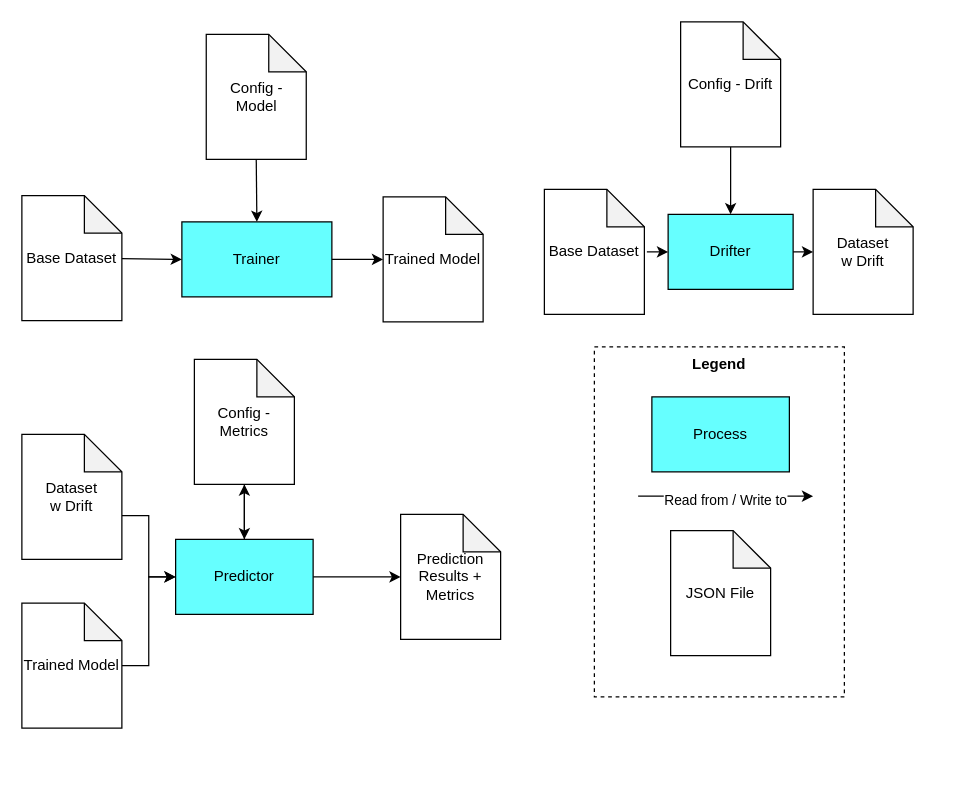
This is page "Dynamic" (1 of 2) of diagrams/Augur Test Harness.drawio from cmu-sei/augur-code, a draw.io file, before an edit. Source tidied: cells renumbered, new cells numbered last; positions are measured from the earlier drawing's top-left corner, leaving out a move shared by most shapes. Both pictures are drawn from the tidied source at 125%, with x=0, y=0 at pixel (21, 21).
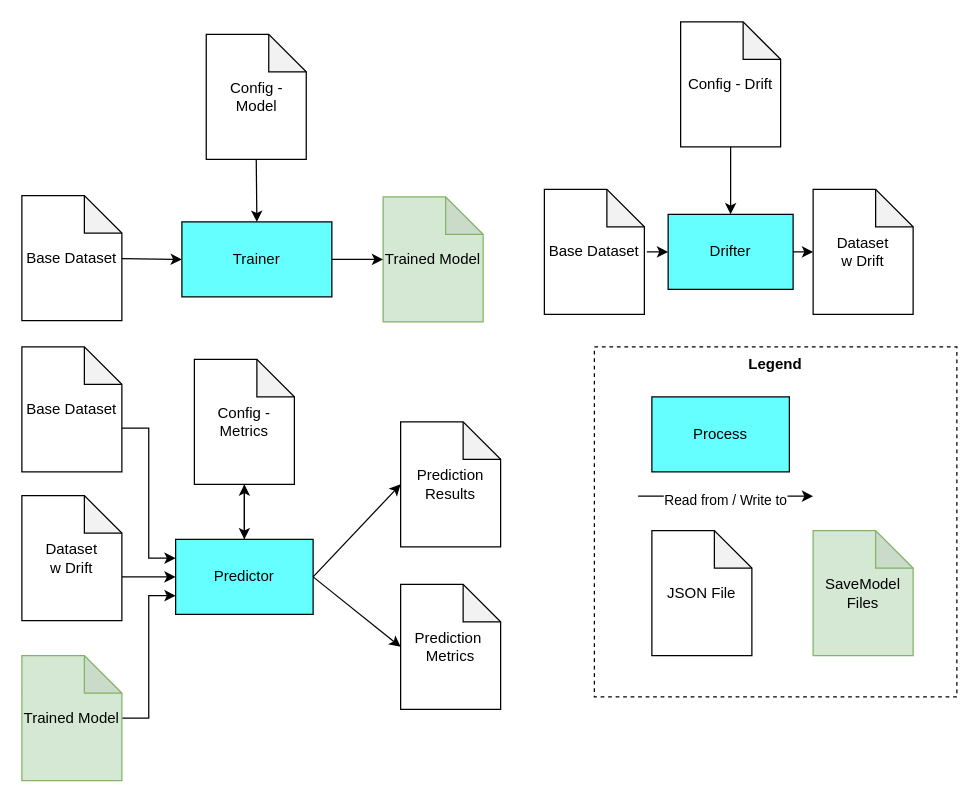
After the change.

Commit message (it also covers changes not shown here):
Added merger tool, update dataset to combine reference ids to base datasets, along with predictor tool to store them in output

Unchanged cells that the change refers to:
```xml
<mxCell id="18" value="Predictor" style="rounded=0;whiteSpace=wrap;html=1;fillColor=#66FFFF;" parent="1" vertex="1">
  <mxGeometry x="123" y="414" width="110" height="60" as="geometry" />
</mxCell>
```

Diff of the diagram source:
```diff
@@
+    <mxCell id="30" value="Legend" style="rounded=0;whiteSpace=wrap;html=1;fillColor=none;dashed=1;verticalAlign=top;fontStyle=1;" parent="1" vertex="1">
+      <mxGeometry x="458" y="260" width="290" height="280" as="geometry" />
+    </mxCell>
@@
-    <mxCell id="6" value="Trained Model" style="shape=note;whiteSpace=wrap;html=1;backgroundOutline=1;darkOpacity=0.05;" parent="1" vertex="1">
+    <mxCell id="6" value="Trained Model" style="shape=note;whiteSpace=wrap;html=1;backgroundOutline=1;darkOpacity=0.05;fillColor=#d5e8d4;strokeColor=#82b366;" parent="1" vertex="1">
       <mxGeometry x="289" y="140" width="80" height="100" as="geometry" />
     </mxCell>
@@
-    <mxCell id="15" value="Prediction Results + Metrics" style="shape=note;whiteSpace=wrap;html=1;backgroundOutline=1;darkOpacity=0.05;" parent="1" vertex="1">
-      <mxGeometry x="303" y="394" width="80" height="100" as="geometry" />
+    <mxCell id="15" value="Prediction&amp;nbsp; Metrics" style="shape=note;whiteSpace=wrap;html=1;backgroundOutline=1;darkOpacity=0.05;" parent="1" vertex="1">
+      <mxGeometry x="303" y="450" width="80" height="100" as="geometry" />
     </mxCell>
@@
-    <mxCell id="21" style="edgeStyle=orthogonalEdgeStyle;rounded=0;jettySize=auto;html=1;" parent="1" edge="1" source="22" target="18">
+    <mxCell id="21" style="edgeStyle=orthogonalEdgeStyle;rounded=0;jettySize=auto;html=1;entryX=0;entryY=0.75;entryDx=0;entryDy=0;" parent="1" edge="1" source="22" target="18">
       <mxGeometry relative="1" as="geometry" />
     </mxCell>
-    <mxCell id="22" value="Trained Model" style="shape=note;whiteSpace=wrap;html=1;backgroundOutline=1;darkOpacity=0.05;" parent="1" vertex="1">
-      <mxGeometry y="465" width="80" height="100" as="geometry" />
+    <mxCell id="22" value="Trained Model" style="shape=note;whiteSpace=wrap;html=1;backgroundOutline=1;darkOpacity=0.05;fillColor=#d5e8d4;strokeColor=#82b366;" parent="1" vertex="1">
+      <mxGeometry y="507" width="80" height="100" as="geometry" />
     </mxCell>
@@
     <mxCell id="24" value="Dataset&lt;br&gt;w Drift" style="shape=note;whiteSpace=wrap;html=1;backgroundOutline=1;darkOpacity=0.05;" parent="1" vertex="1">
-      <mxGeometry y="330" width="80" height="100" as="geometry" />
+      <mxGeometry y="379" width="80" height="100" as="geometry" />
     </mxCell>
@@
     <mxCell id="27" value="JSON File" style="shape=note;whiteSpace=wrap;html=1;backgroundOutline=1;darkOpacity=0.05;" parent="1" vertex="1">
-      <mxGeometry x="519" y="407" width="80" height="100" as="geometry" />
+      <mxGeometry x="504" y="407" width="80" height="100" as="geometry" />
     </mxCell>
@@
-    <mxCell id="30" value="Legend" style="rounded=0;whiteSpace=wrap;html=1;fillColor=none;dashed=1;verticalAlign=top;fontStyle=1;" parent="1" vertex="1">
-      <mxGeometry x="458" y="260" width="200" height="280" as="geometry" />
-    </mxCell>
+    <mxCell id="31" value="Prediction Results" style="shape=note;whiteSpace=wrap;html=1;backgroundOutline=1;darkOpacity=0.05;" parent="1" vertex="1">
+      <mxGeometry x="303" y="320" width="80" height="100" as="geometry" />
+    </mxCell>
+    <mxCell id="32" style="endArrow=classic;html=1;entryX=0;entryY=0.5;entryDx=0;entryDy=0;entryPerimeter=0;exitX=1;exitY=0.5;exitDx=0;exitDy=0;" parent="1" edge="1" source="18" target="31">
+      <mxGeometry relative="1" as="geometry" />
+    </mxCell>
+    <mxCell id="33" value="SaveModel Files" style="shape=note;whiteSpace=wrap;html=1;backgroundOutline=1;darkOpacity=0.05;fillColor=#d5e8d4;strokeColor=#82b366;" parent="1" vertex="1">
+      <mxGeometry x="633" y="407" width="80" height="100" as="geometry" />
+    </mxCell>
+    <mxCell id="34" value="Base Dataset" style="shape=note;whiteSpace=wrap;html=1;backgroundOutline=1;darkOpacity=0.05;" parent="1" vertex="1">
+      <mxGeometry y="260" width="80" height="100" as="geometry" />
+    </mxCell>
+    <mxCell id="35" style="endArrow=classic;html=1;entryX=0;entryY=0.25;entryDx=0;entryDy=0;exitX=0;exitY=0;exitDx=80;exitDy=65;exitPerimeter=0;edgeStyle=orthogonalEdgeStyle;rounded=0;" parent="1" edge="1" source="34" target="18">
+      <mxGeometry relative="1" as="geometry" />
+    </mxCell>
```
